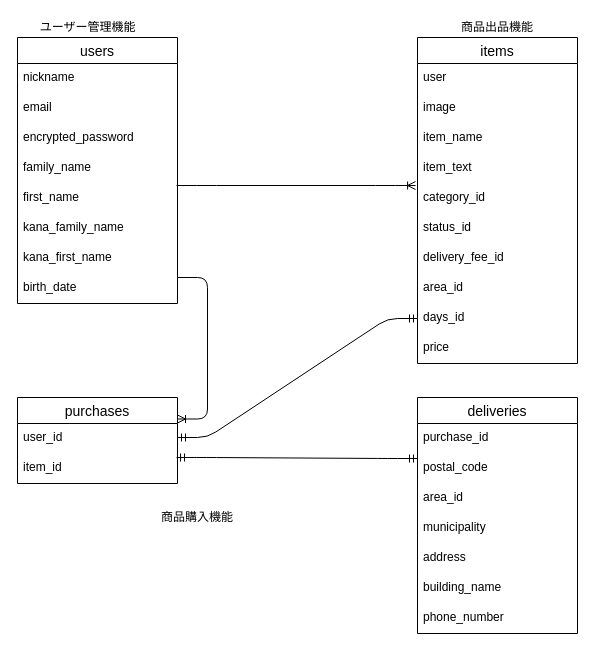
Above: furima.dio in akn127/furima-34556 (draw.io), before the change. Source tidied: cells renumbered, new cells numbered last; positions are measured from the earlier drawing's top-left corner, leaving out a move shared by most shapes. Both pictures are drawn from the tidied source at 100%, with x=0, y=0 at pixel (17, 17).
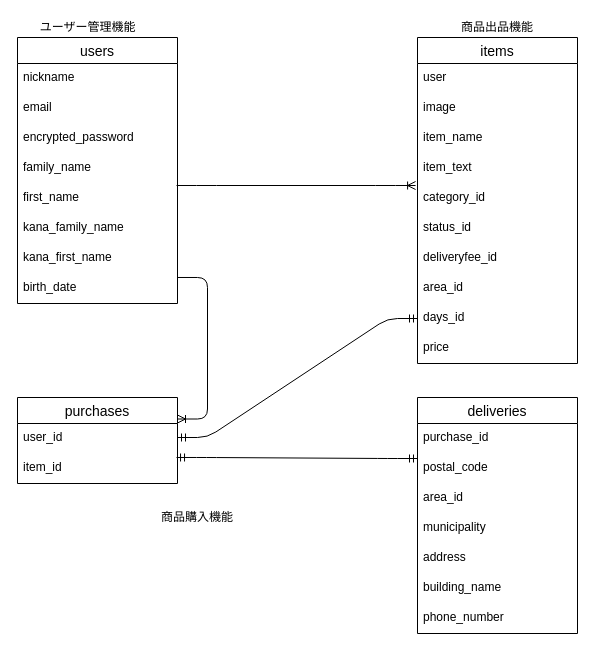
Above is the later version.

The change refers to these unchanged cells:
```xml
<mxCell id="11" value="items" style="swimlane;fontStyle=0;horizontal=1;startSize=26;align=center;fontSize=14;" parent="1" vertex="1">
  <mxGeometry x="400" y="20" width="160" height="326" as="geometry" />
</mxCell>
```

Change to the diagram source:
```diff
@@
-    <mxCell id="18" value="delivery_fee_id" style="text;strokeColor=none;fillColor=none;spacingLeft=4;spacingRight=4;overflow=hidden;fontSize=12;" parent="11" vertex="1">
+    <mxCell id="18" value="deliveryfee_id" style="text;strokeColor=none;fillColor=none;spacingLeft=4;spacingRight=4;overflow=hidden;fontSize=12;" parent="11" vertex="1">
       <mxGeometry y="206" width="160" height="30" as="geometry" />
     </mxCell>
```
